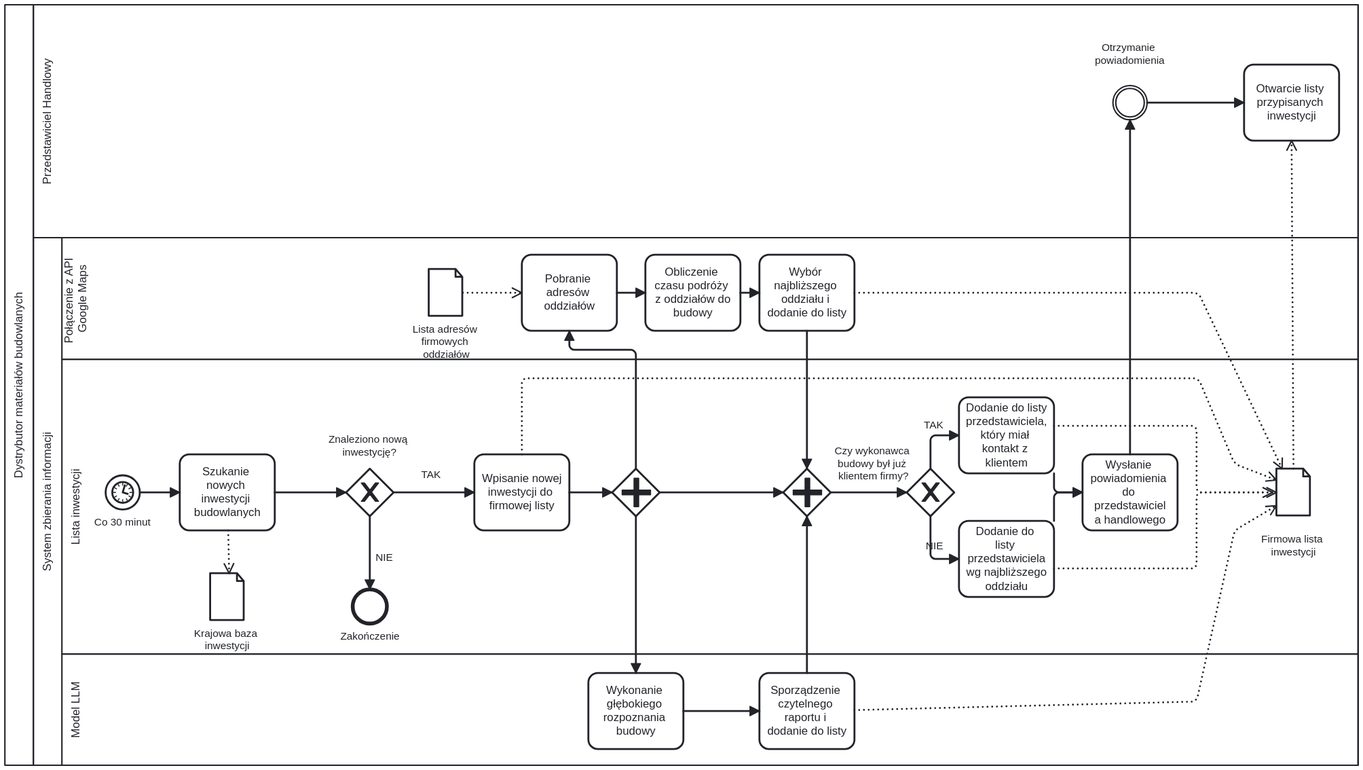
Earlier version of the BPMN export BPMN/Otrzymanie raportu.svg (Mackin1232/modelowanie-systemow). Its source is kept beside it as BPMN/Otrzymanie raportu.bpmn. Ids are renumbered.
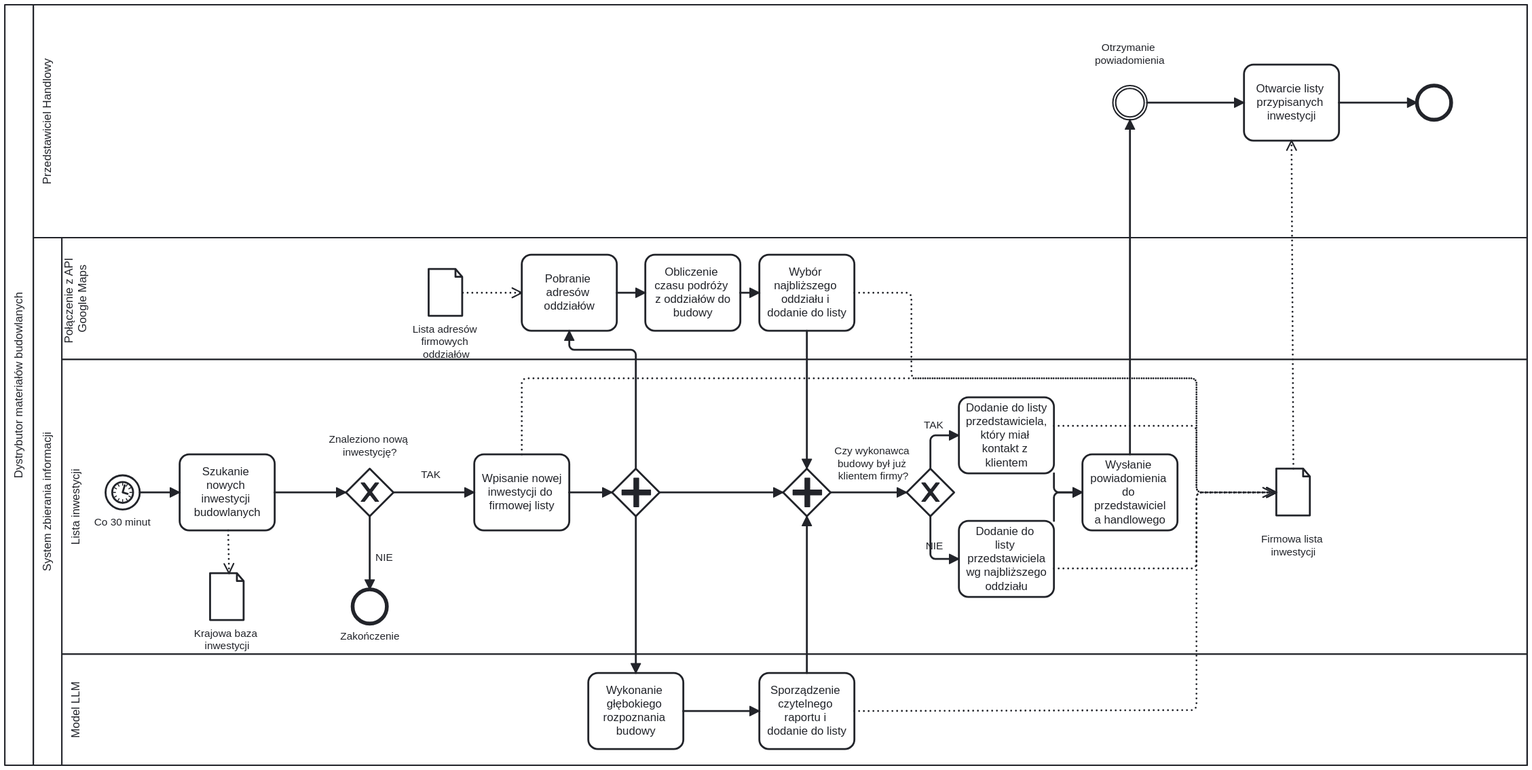
After the change.

Commit message:
dodanie bpmn otrzymania raportu

The edit, as a diff of the source:
```diff
@@ -7,6 +7,7 @@
       <bpmn:lane id="Lane_n6" name="Przedstawiciel Handlowy">
         <bpmn:flowNodeRef>Activity_n7</bpmn:flowNodeRef>
         <bpmn:flowNodeRef>Event_n8</bpmn:flowNodeRef>
+        <bpmn:flowNodeRef>Event_n67</bpmn:flowNodeRef>
       </bpmn:lane>
       <bpmn:lane id="Lane_n9" name="System zbierania informacji">
         <bpmn:flowNodeRef>Event_n10</bpmn:flowNodeRef>
@@ -96,6 +97,7 @@
     </bpmn:task>
     <bpmn:task id="Activity_n7" name="Otwarcie listy przypisanych inwestycji">
       <bpmn:incoming>Flow_n49</bpmn:incoming>
+      <bpmn:outgoing>Flow_n68</bpmn:outgoing>
       <bpmn:property id="Property_n50" name="__targetRef_placeholder" />
       <bpmn:dataInputAssociation id="DataInputAssociation_n51">
         <bpmn:sourceRef>DataObjectReference_n38</bpmn:sourceRef>
@@ -141,7 +143,7 @@
     <bpmn:task id="Activity_n23" name="Wybór najbliższego oddziału i dodanie do listy">
       <bpmn:incoming>Flow_n62</bpmn:incoming>
       <bpmn:outgoing>Flow_n63</bpmn:outgoing>
-      <bpmn:dataOutputAssociation id="DataOutputAssociation_n64">
+      <bpmn:dataOutputAssociation id="DataOutputAssociation_n69">
         <bpmn:targetRef>DataObjectReference_n38</bpmn:targetRef>
       </bpmn:dataOutputAssociation>
     </bpmn:task>
@@ -182,31 +184,35 @@
     <bpmn:sequenceFlow id="Flow_n62" sourceRef="Activity_n22" targetRef="Activity_n23" />
     <bpmn:sequenceFlow id="Flow_n63" sourceRef="Activity_n23" targetRef="Gateway_n24" />
     <bpmn:sequenceFlow id="Flow_n65" sourceRef="Activity_n25" targetRef="Gateway_n24" />
+    <bpmn:sequenceFlow id="Flow_n68" sourceRef="Activity_n7" targetRef="Event_n67" />
+    <bpmn:endEvent id="Event_n67">
+      <bpmn:incoming>Flow_n68</bpmn:incoming>
+    </bpmn:endEvent>
   </bpmn:process>
   <bpmndi:BPMNDiagram id="BPMNDiagram_1">
     <bpmndi:BPMNPlane id="BPMNPlane_1" bpmnElement="Collaboration_n2">
       <bpmndi:BPMNShape id="Participant_n3_di" bpmnElement="Participant_n3" isHorizontal="true">
-        <dc:Bounds x="156" y="77" width="1424" height="800" />
+        <dc:Bounds x="156" y="77" width="1602" height="800" />
+        <bpmndi:BPMNLabel />
+      </bpmndi:BPMNShape>
+      <bpmndi:BPMNShape id="Lane_n9_di" bpmnElement="Lane_n9" isHorizontal="true">
+        <dc:Bounds x="186" y="322" width="1572" height="555" />
+        <bpmndi:BPMNLabel />
+      </bpmndi:BPMNShape>
+      <bpmndi:BPMNShape id="Lane_n29_di" bpmnElement="Lane_n29" isHorizontal="true">
+        <dc:Bounds x="216" y="760" width="1542" height="117" />
+        <bpmndi:BPMNLabel />
+      </bpmndi:BPMNShape>
+      <bpmndi:BPMNShape id="Lane_n28_di" bpmnElement="Lane_n28" isHorizontal="true">
+        <dc:Bounds x="216" y="450" width="1542" height="310" />
+        <bpmndi:BPMNLabel />
+      </bpmndi:BPMNShape>
+      <bpmndi:BPMNShape id="Lane_n27_di" bpmnElement="Lane_n27" isHorizontal="true">
+        <dc:Bounds x="216" y="322" width="1542" height="128" />
         <bpmndi:BPMNLabel />
       </bpmndi:BPMNShape>
       <bpmndi:BPMNShape id="Lane_n6_di" bpmnElement="Lane_n6" isHorizontal="true">
-        <dc:Bounds x="186" y="77" width="1394" height="245" />
-        <bpmndi:BPMNLabel />
-      </bpmndi:BPMNShape>
-      <bpmndi:BPMNShape id="Lane_n9_di" bpmnElement="Lane_n9" isHorizontal="true">
-        <dc:Bounds x="186" y="322" width="1394" height="555" />
-        <bpmndi:BPMNLabel />
-      </bpmndi:BPMNShape>
-      <bpmndi:BPMNShape id="Lane_n27_di" bpmnElement="Lane_n27" isHorizontal="true">
-        <dc:Bounds x="216" y="322" width="1364" height="128" />
-        <bpmndi:BPMNLabel />
-      </bpmndi:BPMNShape>
-      <bpmndi:BPMNShape id="Lane_n28_di" bpmnElement="Lane_n28" isHorizontal="true">
-        <dc:Bounds x="216" y="450" width="1364" height="310" />
-        <bpmndi:BPMNLabel />
-      </bpmndi:BPMNShape>
-      <bpmndi:BPMNShape id="Lane_n29_di" bpmnElement="Lane_n29" isHorizontal="true">
-        <dc:Bounds x="216" y="760" width="1364" height="117" />
+        <dc:Bounds x="186" y="77" width="1572" height="245" />
         <bpmndi:BPMNLabel />
       </bpmndi:BPMNShape>
       <bpmndi:BPMNShape id="Event_n10_di" bpmnElement="Event_n10">
@@ -307,6 +313,16 @@
           <dc:Bounds x="1303" y="116" width="74" height="27" />
         </bpmndi:BPMNLabel>
       </bpmndi:BPMNShape>
+      <bpmndi:BPMNShape id="Event_n67_di" bpmnElement="Event_n67">
+        <dc:Bounds x="1642" y="162" width="36" height="36" />
+      </bpmndi:BPMNShape>
+      <bpmndi:BPMNEdge id="Flow_n30_di" bpmnElement="Flow_n30">
+        <di:waypoint x="540" y="615" />
+        <di:waypoint x="540" y="692" />
+        <bpmndi:BPMNLabel>
+          <dc:Bounds x="546" y="652" width="19" height="14" />
+        </bpmndi:BPMNLabel>
+      </bpmndi:BPMNEdge>
       <bpmndi:BPMNEdge id="Flow_n31_di" bpmnElement="Flow_n31">
         <di:waypoint x="298" y="590" />
         <di:waypoint x="340" y="590" />
@@ -314,13 +330,6 @@
       <bpmndi:BPMNEdge id="Flow_n32_di" bpmnElement="Flow_n32">
         <di:waypoint x="440" y="590" />
         <di:waypoint x="515" y="590" />
-      </bpmndi:BPMNEdge>
-      <bpmndi:BPMNEdge id="Flow_n30_di" bpmnElement="Flow_n30">
-        <di:waypoint x="540" y="615" />
-        <di:waypoint x="540" y="692" />
-        <bpmndi:BPMNLabel>
-          <dc:Bounds x="546" y="652" width="19" height="14" />
-        </bpmndi:BPMNLabel>
       </bpmndi:BPMNEdge>
       <bpmndi:BPMNEdge id="Flow_n35_di" bpmnElement="Flow_n35">
         <di:waypoint x="565" y="590" />
@@ -343,37 +352,13 @@
         <di:waypoint x="820" y="615" />
         <di:waypoint x="820" y="780" />
       </bpmndi:BPMNEdge>
-      <bpmndi:BPMNEdge id="Flow_n59_di" bpmnElement="Flow_n59">
-        <di:waypoint x="800" y="380" />
-        <di:waypoint x="830" y="380" />
-      </bpmndi:BPMNEdge>
-      <bpmndi:BPMNEdge id="Flow_n62_di" bpmnElement="Flow_n62">
-        <di:waypoint x="930" y="380" />
-        <di:waypoint x="950" y="380" />
+      <bpmndi:BPMNEdge id="Flow_n43_di" bpmnElement="Flow_n43">
+        <di:waypoint x="845" y="590" />
+        <di:waypoint x="975" y="590" />
       </bpmndi:BPMNEdge>
       <bpmndi:BPMNEdge id="Flow_n44_di" bpmnElement="Flow_n44">
         <di:waypoint x="870" y="820" />
         <di:waypoint x="950" y="820" />
-      </bpmndi:BPMNEdge>
-      <bpmndi:BPMNEdge id="Flow_n43_di" bpmnElement="Flow_n43">
-        <di:waypoint x="845" y="590" />
-        <di:waypoint x="975" y="590" />
-      </bpmndi:BPMNEdge>
-      <bpmndi:BPMNEdge id="Flow_n56_di" bpmnElement="Flow_n56">
-        <di:waypoint x="1130" y="565" />
-        <di:waypoint x="1130" y="530" />
-        <di:waypoint x="1160" y="530" />
-        <bpmndi:BPMNLabel>
-          <dc:Bounds x="1123" y="513" width="21" height="14" />
-        </bpmndi:BPMNLabel>
-      </bpmndi:BPMNEdge>
-      <bpmndi:BPMNEdge id="Flow_n54_di" bpmnElement="Flow_n54">
-        <di:waypoint x="1130" y="615" />
-        <di:waypoint x="1130" y="660" />
-        <di:waypoint x="1160" y="660" />
-        <bpmndi:BPMNLabel>
-          <dc:Bounds x="1125" y="640" width="19" height="14" />
-        </bpmndi:BPMNLabel>
       </bpmndi:BPMNEdge>
       <bpmndi:BPMNEdge id="Flow_n46_di" bpmnElement="Flow_n46">
         <di:waypoint x="1260" y="570" />
@@ -385,9 +370,41 @@
         <di:waypoint x="1260" y="590" />
         <di:waypoint x="1290" y="590" />
       </bpmndi:BPMNEdge>
+      <bpmndi:BPMNEdge id="Flow_n48_di" bpmnElement="Flow_n48">
+        <di:waypoint x="1340" y="550" />
+        <di:waypoint x="1340" y="198" />
+      </bpmndi:BPMNEdge>
+      <bpmndi:BPMNEdge id="Flow_n49_di" bpmnElement="Flow_n49">
+        <di:waypoint x="1358" y="180" />
+        <di:waypoint x="1460" y="180" />
+      </bpmndi:BPMNEdge>
+      <bpmndi:BPMNEdge id="Flow_n54_di" bpmnElement="Flow_n54">
+        <di:waypoint x="1130" y="615" />
+        <di:waypoint x="1130" y="660" />
+        <di:waypoint x="1160" y="660" />
+        <bpmndi:BPMNLabel>
+          <dc:Bounds x="1125" y="640" width="19" height="14" />
+        </bpmndi:BPMNLabel>
+      </bpmndi:BPMNEdge>
+      <bpmndi:BPMNEdge id="Flow_n56_di" bpmnElement="Flow_n56">
+        <di:waypoint x="1130" y="565" />
+        <di:waypoint x="1130" y="530" />
+        <di:waypoint x="1160" y="530" />
+        <bpmndi:BPMNLabel>
+          <dc:Bounds x="1123" y="513" width="21" height="14" />
+        </bpmndi:BPMNLabel>
+      </bpmndi:BPMNEdge>
       <bpmndi:BPMNEdge id="Flow_n58_di" bpmnElement="Flow_n58">
         <di:waypoint x="1025" y="590" />
         <di:waypoint x="1105" y="590" />
+      </bpmndi:BPMNEdge>
+      <bpmndi:BPMNEdge id="Flow_n59_di" bpmnElement="Flow_n59">
+        <di:waypoint x="800" y="380" />
+        <di:waypoint x="830" y="380" />
+      </bpmndi:BPMNEdge>
+      <bpmndi:BPMNEdge id="Flow_n62_di" bpmnElement="Flow_n62">
+        <di:waypoint x="930" y="380" />
+        <di:waypoint x="950" y="380" />
       </bpmndi:BPMNEdge>
       <bpmndi:BPMNEdge id="Flow_n63_di" bpmnElement="Flow_n63">
         <di:waypoint x="1000" y="420" />
@@ -397,13 +414,9 @@
         <di:waypoint x="1000" y="780" />
         <di:waypoint x="1000" y="615" />
       </bpmndi:BPMNEdge>
-      <bpmndi:BPMNEdge id="Flow_n48_di" bpmnElement="Flow_n48">
-        <di:waypoint x="1340" y="550" />
-        <di:waypoint x="1340" y="198" />
-      </bpmndi:BPMNEdge>
-      <bpmndi:BPMNEdge id="Flow_n49_di" bpmnElement="Flow_n49">
-        <di:waypoint x="1358" y="180" />
-        <di:waypoint x="1460" y="180" />
+      <bpmndi:BPMNEdge id="Flow_n68_di" bpmnElement="Flow_n68">
+        <di:waypoint x="1560" y="180" />
+        <di:waypoint x="1642" y="180" />
       </bpmndi:BPMNEdge>
       <bpmndi:BPMNEdge id="DataOutputAssociation_n33_di" bpmnElement="DataOutputAssociation_n33">
         <di:waypoint x="391" y="630" />
@@ -412,24 +425,13 @@
       <bpmndi:BPMNEdge id="DataOutputAssociation_n37_di" bpmnElement="DataOutputAssociation_n37">
         <di:waypoint x="700" y="550" />
         <di:waypoint x="700" y="470" />
-        <di:waypoint x="1412" y="470" />
-        <di:waypoint x="1450" y="560" />
-        <di:waypoint x="1494" y="577" />
+        <di:waypoint x="1410" y="470" />
+        <di:waypoint x="1410" y="590" />
+        <di:waypoint x="1494" y="590" />
       </bpmndi:BPMNEdge>
-      <bpmndi:BPMNEdge id="DataInputAssociation_n61_di" bpmnElement="DataInputAssociation_n61">
-        <di:waypoint x="638" y="380" />
-        <di:waypoint x="700" y="380" />
-      </bpmndi:BPMNEdge>
-      <bpmndi:BPMNEdge id="DataOutputAssociation_n64_di" bpmnElement="DataOutputAssociation_n64">
-        <di:waypoint x="1050" y="380" />
-        <di:waypoint x="1412" y="380" />
-        <di:waypoint x="1500" y="565" />
-      </bpmndi:BPMNEdge>
-      <bpmndi:BPMNEdge id="DataOutputAssociation_n66_di" bpmnElement="DataOutputAssociation_n66">
-        <di:waypoint x="1050" y="819" />
-        <di:waypoint x="1410" y="810" />
-        <di:waypoint x="1450" y="630" />
-        <di:waypoint x="1494" y="604" />
+      <bpmndi:BPMNEdge id="DataInputAssociation_n51_di" bpmnElement="DataInputAssociation_n51">
+        <di:waypoint x="1512" y="565" />
+        <di:waypoint x="1510" y="220" />
       </bpmndi:BPMNEdge>
       <bpmndi:BPMNEdge id="DataOutputAssociation_n55_di" bpmnElement="DataOutputAssociation_n55">
         <di:waypoint x="1260" y="670" />
@@ -443,9 +445,23 @@
         <di:waypoint x="1410" y="590" />
         <di:waypoint x="1490" y="590" />
       </bpmndi:BPMNEdge>
-      <bpmndi:BPMNEdge id="DataInputAssociation_n51_di" bpmnElement="DataInputAssociation_n51">
-        <di:waypoint x="1512" y="565" />
-        <di:waypoint x="1510" y="220" />
+      <bpmndi:BPMNEdge id="DataInputAssociation_n61_di" bpmnElement="DataInputAssociation_n61">
+        <di:waypoint x="638" y="380" />
+        <di:waypoint x="700" y="380" />
+      </bpmndi:BPMNEdge>
+      <bpmndi:BPMNEdge id="DataOutputAssociation_n66_di" bpmnElement="DataOutputAssociation_n66">
+        <di:waypoint x="1050" y="820" />
+        <di:waypoint x="1410" y="819" />
+        <di:waypoint x="1410" y="590" />
+        <di:waypoint x="1494" y="590" />
+      </bpmndi:BPMNEdge>
+      <bpmndi:BPMNEdge id="DataOutputAssociation_n69_di" bpmnElement="DataOutputAssociation_n69">
+        <di:waypoint x="1050" y="380" />
+        <di:waypoint x="1110" y="380" />
+        <di:waypoint x="1110" y="470" />
+        <di:waypoint x="1410" y="470" />
+        <di:waypoint x="1410" y="590" />
+        <di:waypoint x="1494" y="590" />
       </bpmndi:BPMNEdge>
     </bpmndi:BPMNPlane>
   </bpmndi:BPMNDiagram>
```
